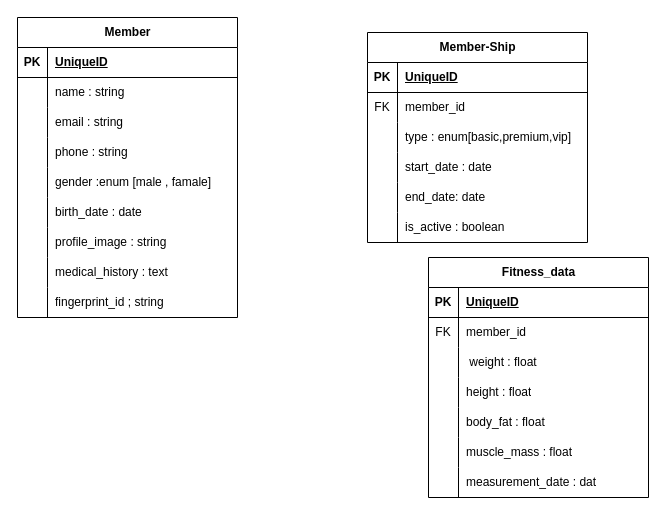
This is Untitled Diagram.drawio from WaseemAlikhwan/Gym-System, a draw.io file, before an edit. Source tidied: cells renumbered, new cells numbered last; positions are measured from the earlier drawing's top-left corner, leaving out a move shared by most shapes. Both pictures are drawn from the tidied source at 100%, with x=0, y=0 at pixel (17, 17).
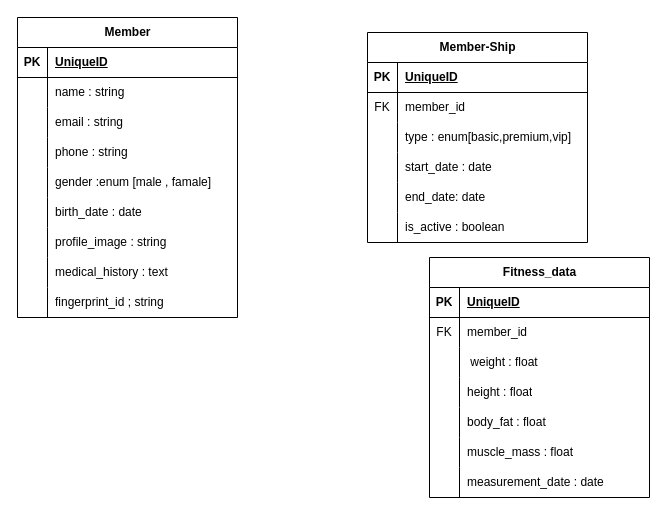
The same diagram, later.

Unchanged cells that the change refers to:
```xml
<mxCell id="68" style="shape=tableRow;horizontal=0;startSize=0;swimlaneHead=0;swimlaneBody=0;fillColor=none;top=0;left=0;right=0;bottom=0;" parent="49" vertex="1">
  <mxGeometry y="210" width="220" height="30" as="geometry" />
</mxCell>
```

Diff of the diagram source:
```diff
@@
     <mxCell id="49" value="Fitness_data" style="shape=table;startSize=30;childLayout=tableLayout;rowLines=0;fontStyle=1;align=center;html=1;" parent="1" vertex="1">
-      <mxGeometry x="411" y="240" width="220" height="240" as="geometry" />
+      <mxGeometry x="412" y="240" width="220" height="240" as="geometry" />
     </mxCell>
@@
-    <mxCell id="70" value="measurement_date : dat" style="shape=partialRectangle;fillColor=none;top=0;left=0;bottom=0;right=0;align=left;spacingLeft=6;overflow=hidden;whiteSpace=wrap;html=1;" parent="68" vertex="1">
+    <mxCell id="70" value="measurement_date : date" style="shape=partialRectangle;fillColor=none;top=0;left=0;bottom=0;right=0;align=left;spacingLeft=6;overflow=hidden;whiteSpace=wrap;html=1;" parent="68" vertex="1">
       <mxGeometry x="30" width="190" height="30" as="geometry" />
     </mxCell>
```
